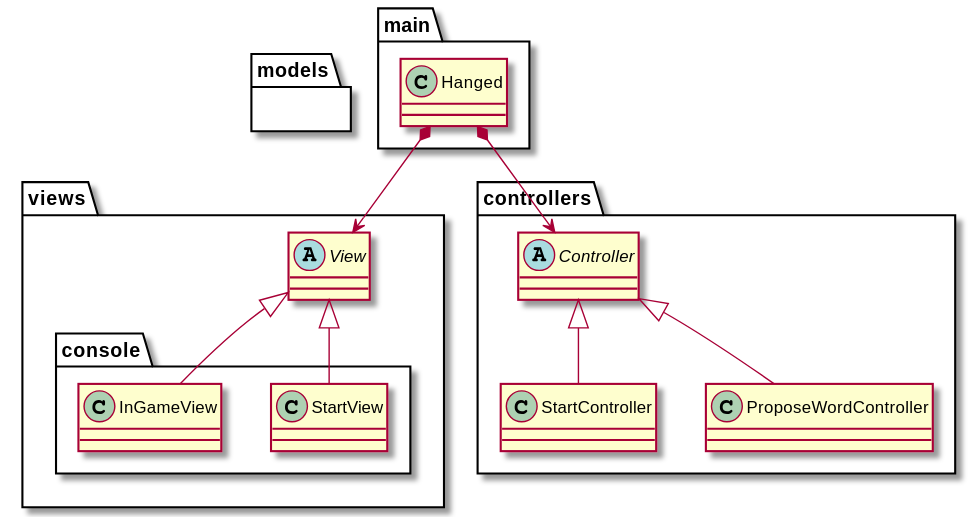
The PlantUML diagram requirements/images/MVC.svg in jumpering/Hanged, before a commit. Source of this version:
```plantuml
@startuml
package "main" {
class Hanged
}

package "views"{
abstract class View
    package "console" {
        class StartView
        class InGameView
    }
}

package "controllers"{
abstract class Controller
class StartController
class ProposeWordController
}


package "models" {

}
Hanged *--> View
Hanged *--> Controller
View <|-- StartView
View <|-- InGameView

Controller <|-- StartController
Controller <|-- ProposeWordController


@enduml
```
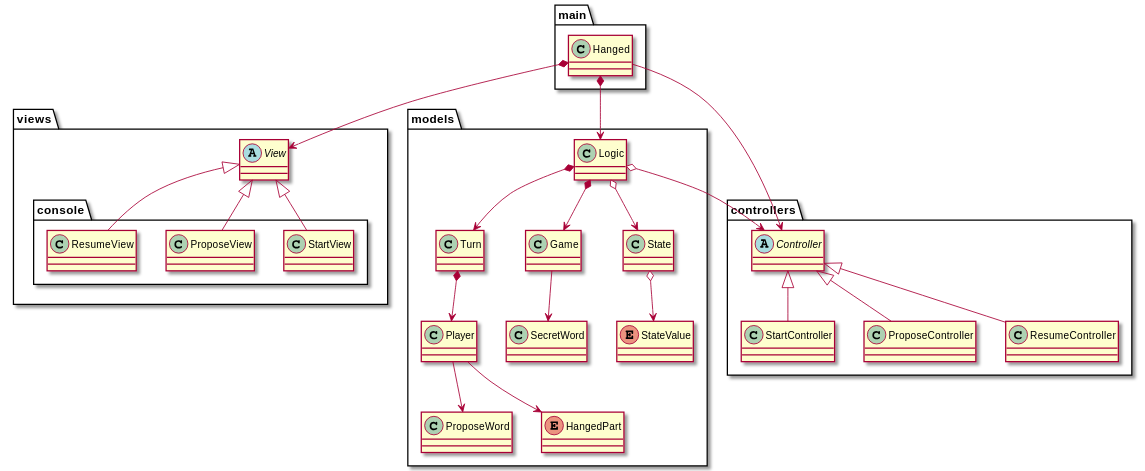
After the change.

The edit, as a diff of the source:
```diff
@@ -7,27 +7,57 @@
 abstract class View
     package "console" {
         class StartView
-        class InGameView
+        class ProposeView
+        class ResumeView
     }
 }
 
 package "controllers"{
 abstract class Controller
 class StartController
-class ProposeWordController
+class ProposeController
+class ResumeController
+
 }
 
 
 package "models" {
+class Logic
+class ProposeWord
+class SecretWord
+enum HangedPart
+class Turn
+class Player
+class Game
+class State
+enum StateValue
+}
 
-}
+Logic *--> Game
+
 Hanged *--> View
-Hanged *--> Controller
+Hanged *--> Logic
+Hanged --> Controller
+
+Logic o--> Controller
 View <|-- StartView
-View <|-- InGameView
+View <|-- ProposeView
+View <|-- ResumeView
 
 Controller <|-- StartController
-Controller <|-- ProposeWordController
+Controller <|-- ProposeController
+Controller <|-- ResumeController
+
+Logic *--> Turn
+Logic o--> State
+State o--> StateValue
+
+Turn *--> Player
+Player --> ProposeWord
+Player --> HangedPart
+
+Game --> SecretWord
+
 
 
 @enduml
```
